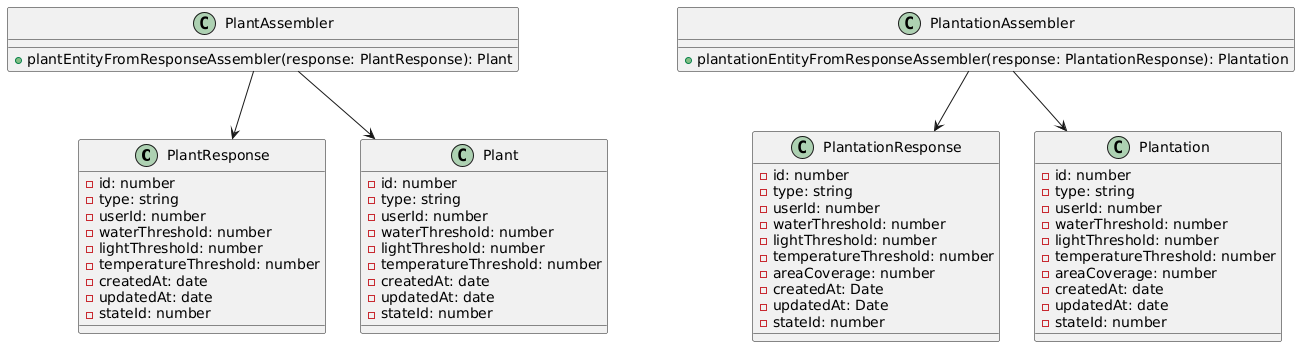
Above: assets/class-diagrams/managementWeb.png in wemade-IoT/Documents_Repository (PlantUML), before the change.
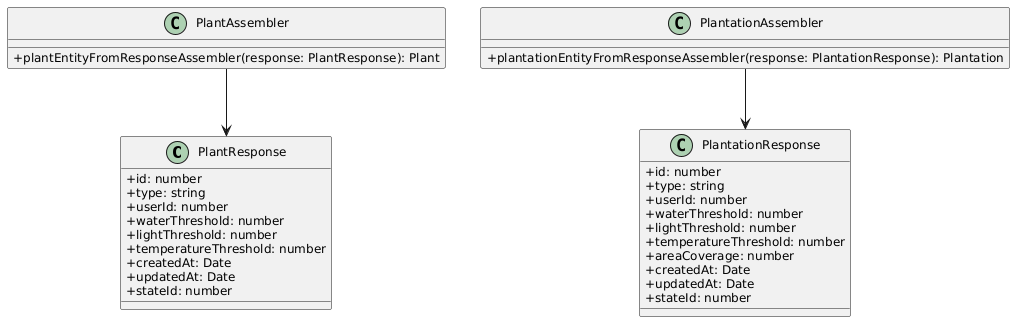
After the change.

Commit message:
docs: changed management and analytic web and mobile app class diagrams

The edit, as a diff of the source:
```diff
@@ -1,64 +1,42 @@
 @startuml
+skinparam classAttributeIconSize 0
+skinparam classFontSize 14
+skinparam classAttributeFontSize 12
+skinparam classMethodFontSize 12
+
 class PlantResponse {
-  - id: number
-  - type: string
-  - userId: number
-  - waterThreshold: number
-  - lightThreshold: number
-  - temperatureThreshold: number
-  - createdAt: date
-  - updatedAt: date
-  - stateId: number
+  + id: number
+  + type: string
+  + userId: number
+  + waterThreshold: number
+  + lightThreshold: number
+  + temperatureThreshold: number
+  + createdAt: Date
+  + updatedAt: Date
+  + stateId: number
 }
 
 class PlantationResponse {
-  - id: number
-  - type: string
-  - userId: number
-  - waterThreshold: number
-  - lightThreshold: number
-  - temperatureThreshold: number
-  - areaCoverage: number
-  - createdAt: Date
-  - updatedAt: Date
-  - stateId: number
+  + id: number
+  + type: string
+  + userId: number
+  + waterThreshold: number
+  + lightThreshold: number
+  + temperatureThreshold: number
+  + areaCoverage: number
+  + createdAt: Date
+  + updatedAt: Date
+  + stateId: number
 }
 
 class PlantAssembler {
-  +plantEntityFromResponseAssembler(response: PlantResponse): Plant
+  + plantEntityFromResponseAssembler(response: PlantResponse): Plant
 }
 
 class PlantationAssembler {
-  +plantationEntityFromResponseAssembler(response: PlantationResponse): Plantation
-}
-
-class Plant {
-  - id: number
-  - type: string
-  - userId: number
-  - waterThreshold: number
-  - lightThreshold: number
-  - temperatureThreshold: number
-  - createdAt: date
-  - updatedAt: date
-  - stateId: number
-}
-
-class Plantation {
-  - id: number
-  - type: string
-  - userId: number
-  - waterThreshold: number
-  - lightThreshold: number
-  - temperatureThreshold: number
-  - areaCoverage: number
-  - createdAt: date
-  - updatedAt: date
-  - stateId: number
+  + plantationEntityFromResponseAssembler(response: PlantationResponse): Plantation
 }
 
 PlantAssembler --> PlantResponse
-PlantAssembler --> Plant
 PlantationAssembler --> PlantationResponse
-PlantationAssembler --> Plantation
 @enduml
```
